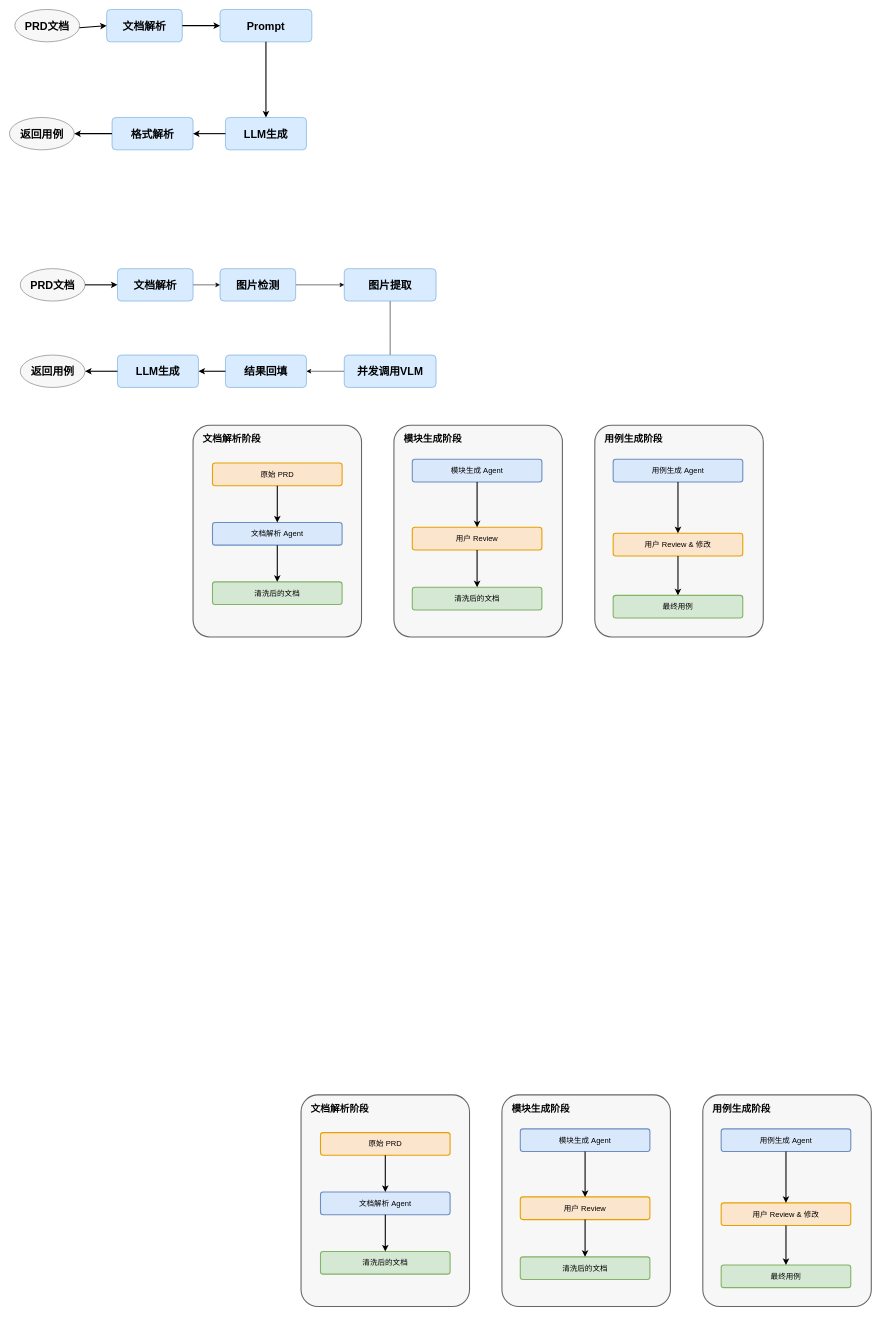
Above: 好未来/AI用例/未命名绘图.drawio in dongjinmin-710/my-darwio (draw.io), before the change. Source tidied: cells renumbered, new cells numbered last; positions are measured from the earlier drawing's top-left corner, leaving out a move shared by most shapes. Both pictures are drawn from the tidied source at 54%, with x=0, y=0 at pixel (9, 9).
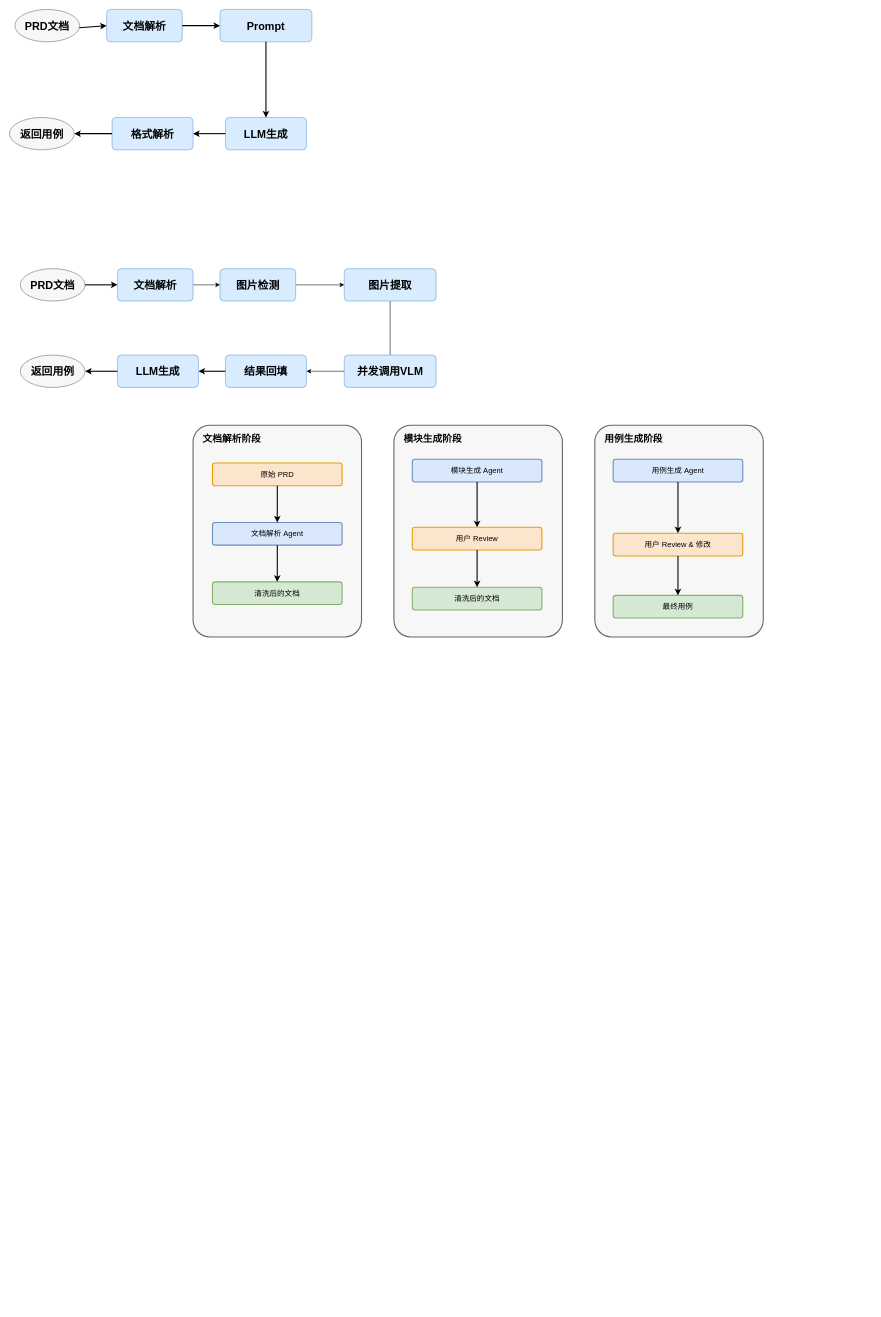
After the change.

Commit message:
更新未命名绘图.drawio

Change to the diagram source:
```diff
@@
-    <mxCell id="49" style="rounded=1;whiteSpace=wrap;html=1;arcSize=10;fillColor=#f7f7f7;strokeColor=#666666;strokeWidth=2;" parent="1" vertex="1">
-      <mxGeometry x="540" y="2010" width="312" height="392" as="geometry" />
-    </mxCell>
-    <mxCell id="50" style="rounded=1;whiteSpace=wrap;html=1;arcSize=10;fillColor=#f7f7f7;strokeColor=#666666;strokeWidth=2;" parent="1" vertex="1">
-      <mxGeometry x="912" y="2010" width="312" height="392" as="geometry" />
-    </mxCell>
-    <mxCell id="51" style="rounded=1;whiteSpace=wrap;html=1;arcSize=10;fillColor=#f7f7f7;strokeColor=#666666;strokeWidth=2;" parent="1" vertex="1">
-      <mxGeometry x="1284" y="2010" width="312" height="392" as="geometry" />
-    </mxCell>
-    <mxCell id="52" value="文档解析阶段" style="text;html=1;strokeColor=none;fillColor=none;align=left;verticalAlign=middle;fontStyle=1;fontSize=18;" parent="1" vertex="1">
-      <mxGeometry x="556" y="2024" width="140" height="24" as="geometry" />
-    </mxCell>
-    <mxCell id="53" value="模块生成阶段" style="text;html=1;strokeColor=none;fillColor=none;align=left;verticalAlign=middle;fontStyle=1;fontSize=18;" parent="1" vertex="1">
-      <mxGeometry x="928" y="2024" width="140" height="24" as="geometry" />
-    </mxCell>
-    <mxCell id="54" value="用例生成阶段" style="text;html=1;strokeColor=none;fillColor=none;align=left;verticalAlign=middle;fontStyle=1;fontSize=18;" parent="1" vertex="1">
-      <mxGeometry x="1300" y="2024" width="140" height="24" as="geometry" />
-    </mxCell>
-    <mxCell id="55" value="原始 PRD" style="rounded=1;whiteSpace=wrap;html=1;arcSize=12;fillColor=#FCE5CD;strokeColor=#E6A100;strokeWidth=2;fontSize=14;" parent="1" vertex="1">
-      <mxGeometry x="576" y="2080" width="240" height="42" as="geometry" />
-    </mxCell>
-    <mxCell id="56" value="文档解析 Agent" style="rounded=1;whiteSpace=wrap;html=1;arcSize=12;fillColor=#D9E8FB;strokeColor=#6C8EBF;strokeWidth=2;fontSize=14;" parent="1" vertex="1">
-      <mxGeometry x="576" y="2190" width="240" height="42" as="geometry" />
-    </mxCell>
-    <mxCell id="57" value="清洗后的文档" style="rounded=1;whiteSpace=wrap;html=1;arcSize=12;fillColor=#D5E8D4;strokeColor=#82B366;strokeWidth=2;fontSize=14;" parent="1" vertex="1">
-      <mxGeometry x="576" y="2300" width="240" height="42" as="geometry" />
-    </mxCell>
-    <mxCell id="58" value="模块生成 Agent" style="rounded=1;whiteSpace=wrap;html=1;arcSize=12;fillColor=#D9E8FB;strokeColor=#6C8EBF;strokeWidth=2;fontSize=14;" parent="1" vertex="1">
-      <mxGeometry x="946" y="2073" width="240" height="42" as="geometry" />
-    </mxCell>
-    <mxCell id="59" value="用户 Review" style="rounded=1;whiteSpace=wrap;html=1;arcSize=12;fillColor=#FCE5CD;strokeColor=#E6A100;strokeWidth=2;fontSize=14;" parent="1" vertex="1">
-      <mxGeometry x="946" y="2199" width="240" height="42" as="geometry" />
-    </mxCell>
-    <mxCell id="60" value="清洗后的文档" style="rounded=1;whiteSpace=wrap;html=1;arcSize=12;fillColor=#D5E8D4;strokeColor=#82B366;strokeWidth=2;fontSize=14;" parent="1" vertex="1">
-      <mxGeometry x="946" y="2310" width="240" height="42" as="geometry" />
-    </mxCell>
-    <mxCell id="61" value="用例生成 Agent" style="rounded=1;whiteSpace=wrap;html=1;arcSize=12;fillColor=#D9E8FB;strokeColor=#6C8EBF;strokeWidth=2;fontSize=14;" parent="1" vertex="1">
-      <mxGeometry x="1318" y="2073" width="240" height="42" as="geometry" />
-    </mxCell>
-    <mxCell id="62" value="用户 Review &amp; 修改" style="rounded=1;whiteSpace=wrap;html=1;arcSize=12;fillColor=#FCE5CD;strokeColor=#E6A100;strokeWidth=2;fontSize=14;" parent="1" vertex="1">
-      <mxGeometry x="1318" y="2210" width="240" height="42" as="geometry" />
-    </mxCell>
-    <mxCell id="63" value="最终用例" style="rounded=1;whiteSpace=wrap;html=1;arcSize=12;fillColor=#D5E8D4;strokeColor=#82B366;strokeWidth=2;fontSize=14;" parent="1" vertex="1">
-      <mxGeometry x="1318" y="2325" width="240" height="42" as="geometry" />
-    </mxCell>
-    <mxCell id="64" style="edgeStyle=orthogonalEdgeStyle;rounded=0;jettySize=auto;html=1;strokeWidth=2;endArrow=classic;endFill=1;" parent="1" edge="1" source="55" target="56">
-      <mxGeometry relative="1" as="geometry" />
-    </mxCell>
-    <mxCell id="65" style="edgeStyle=orthogonalEdgeStyle;rounded=0;jettySize=auto;html=1;strokeWidth=2;endArrow=classic;endFill=1;" parent="1" edge="1" source="56" target="57">
-      <mxGeometry relative="1" as="geometry" />
-    </mxCell>
-    <mxCell id="66" style="edgeStyle=orthogonalEdgeStyle;rounded=0;jettySize=auto;html=1;strokeWidth=2;endArrow=classic;endFill=1;" parent="1" edge="1" source="58" target="59">
-      <mxGeometry relative="1" as="geometry" />
-    </mxCell>
-    <mxCell id="67" style="edgeStyle=orthogonalEdgeStyle;rounded=0;jettySize=auto;html=1;strokeWidth=2;endArrow=classic;endFill=1;" parent="1" edge="1" source="59" target="60">
-      <mxGeometry relative="1" as="geometry" />
-    </mxCell>
-    <mxCell id="68" style="edgeStyle=orthogonalEdgeStyle;rounded=0;jettySize=auto;html=1;strokeWidth=2;endArrow=classic;endFill=1;exitX=0.5;exitY=1;exitDx=0;exitDy=0;" parent="1" edge="1" source="61" target="62">
-      <mxGeometry relative="1" as="geometry" />
-    </mxCell>
-    <mxCell id="69" style="edgeStyle=orthogonalEdgeStyle;rounded=0;jettySize=auto;html=1;strokeWidth=2;endArrow=classic;endFill=1;" parent="1" edge="1" source="62" target="63">
-      <mxGeometry relative="1" as="geometry" />
-    </mxCell>
```
